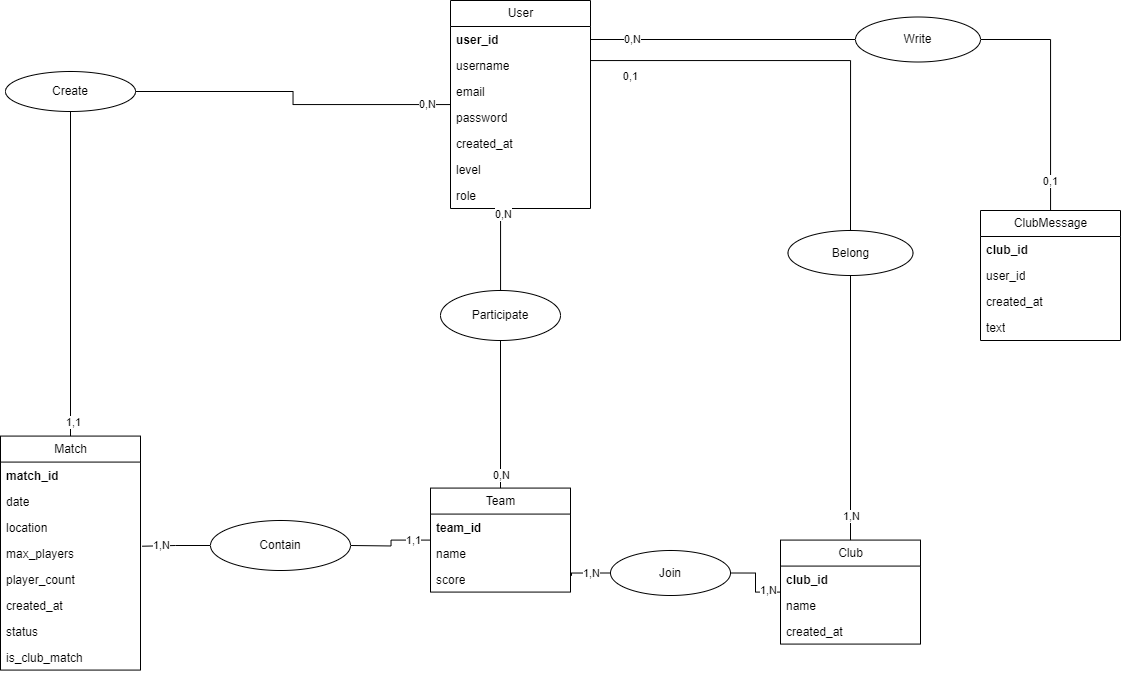
Earlier version of the draw.io export MCD.drawio.png (Mathistrg/Styx). Source tidied: cells renumbered, new cells last; positions are measured from the earlier drawing's top-left corner, leaving out a move shared by most shapes.
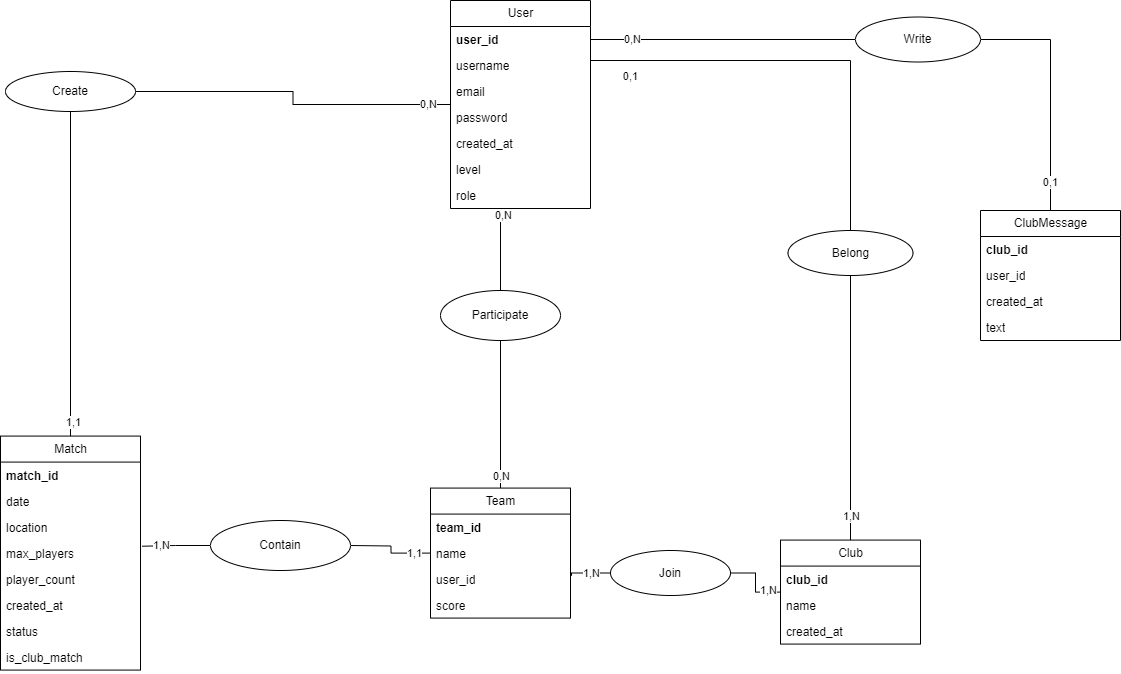
After the change.

Commit message:
Mettre à jour MCD.drawio.png

What changed in the source:
```diff
@@ -80,7 +80,7 @@
       </mxGeometry>
     </mxCell>
     <mxCell id="27" value="Team" style="swimlane;fontStyle=0;horizontal=1;startSize=26;fillColor=none;html=1;" parent="1" vertex="1">
-      <mxGeometry x="430" y="487.6" width="140" height="104" as="geometry" />
+      <mxGeometry x="430" y="487.6" width="140" height="130" as="geometry" />
     </mxCell>
     <mxCell id="28" value="&lt;b&gt;team_id&lt;/b&gt;" style="text;strokeColor=none;fillColor=none;align=left;verticalAlign=top;spacingLeft=4;spacingRight=4;overflow=hidden;whiteSpace=wrap;html=1;" parent="27" vertex="1">
       <mxGeometry y="26" width="140" height="26" as="geometry" />
@@ -88,8 +88,11 @@
     <mxCell id="29" value="name" style="text;strokeColor=none;fillColor=none;align=left;verticalAlign=top;spacingLeft=4;spacingRight=4;overflow=hidden;whiteSpace=wrap;html=1;" parent="27" vertex="1">
       <mxGeometry y="52" width="140" height="26" as="geometry" />
     </mxCell>
+    <mxCell id="62" value="user_id" style="text;strokeColor=none;fillColor=none;align=left;verticalAlign=top;spacingLeft=4;spacingRight=4;overflow=hidden;whiteSpace=wrap;html=1;" parent="27" vertex="1">
+      <mxGeometry y="78" width="140" height="26" as="geometry" />
+    </mxCell>
     <mxCell id="30" value="score" style="text;strokeColor=none;fillColor=none;align=left;verticalAlign=top;spacingLeft=4;spacingRight=4;overflow=hidden;whiteSpace=wrap;html=1;" parent="27" vertex="1">
-      <mxGeometry y="78" width="140" height="26" as="geometry" />
+      <mxGeometry y="104" width="140" height="26" as="geometry" />
     </mxCell>
     <mxCell id="31" style="edgeStyle=orthogonalEdgeStyle;rounded=0;jettySize=auto;html=1;entryX=0.5;entryY=0;entryDx=0;entryDy=0;endArrow=none;endFill=0;" parent="1" edge="1" source="37" target="27">
       <mxGeometry relative="1" as="geometry" />
```
